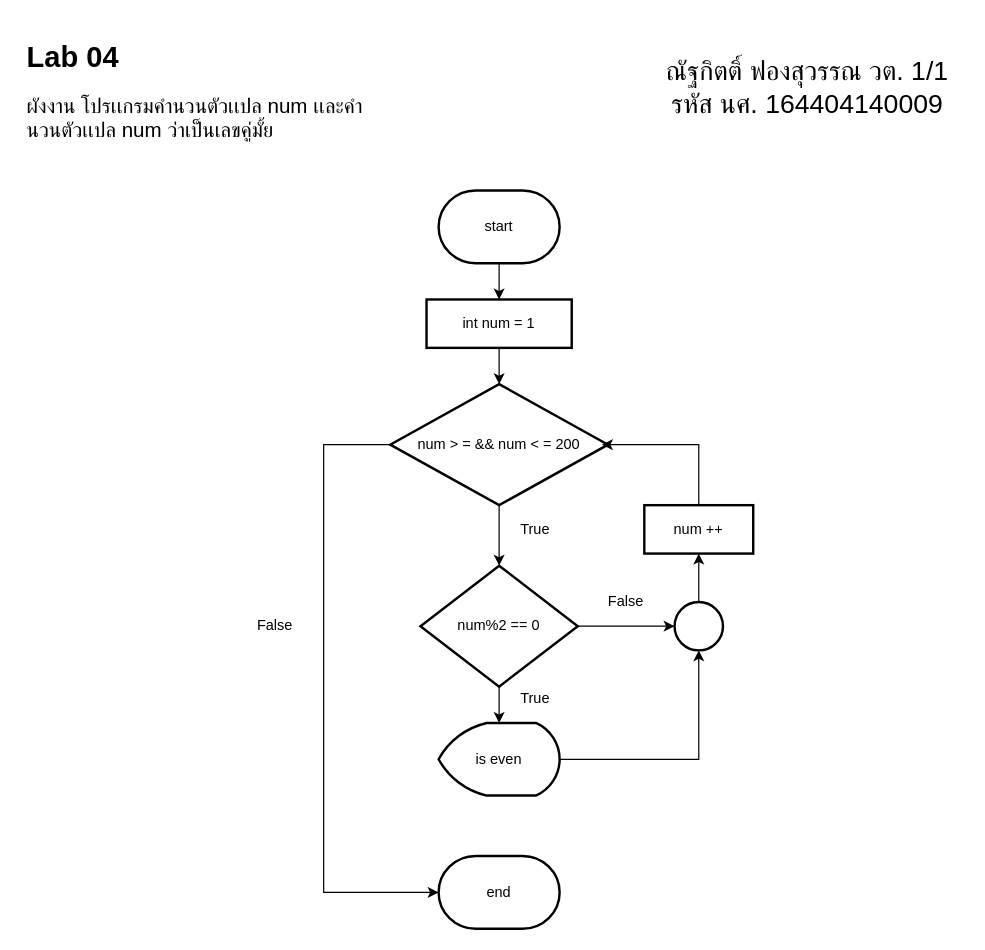
ENDERCAFe/Computer_Programming_Lab keeps this draw.io diagram as LAB04.drawio. Above is the earlier version. Source tidied: cells renumbered, new cells numbered last; positions are measured from the earlier drawing's top-left corner, leaving out a move shared by most shapes. Both pictures are drawn from the tidied source at 121%, with x=0, y=0 at pixel (21, 33).
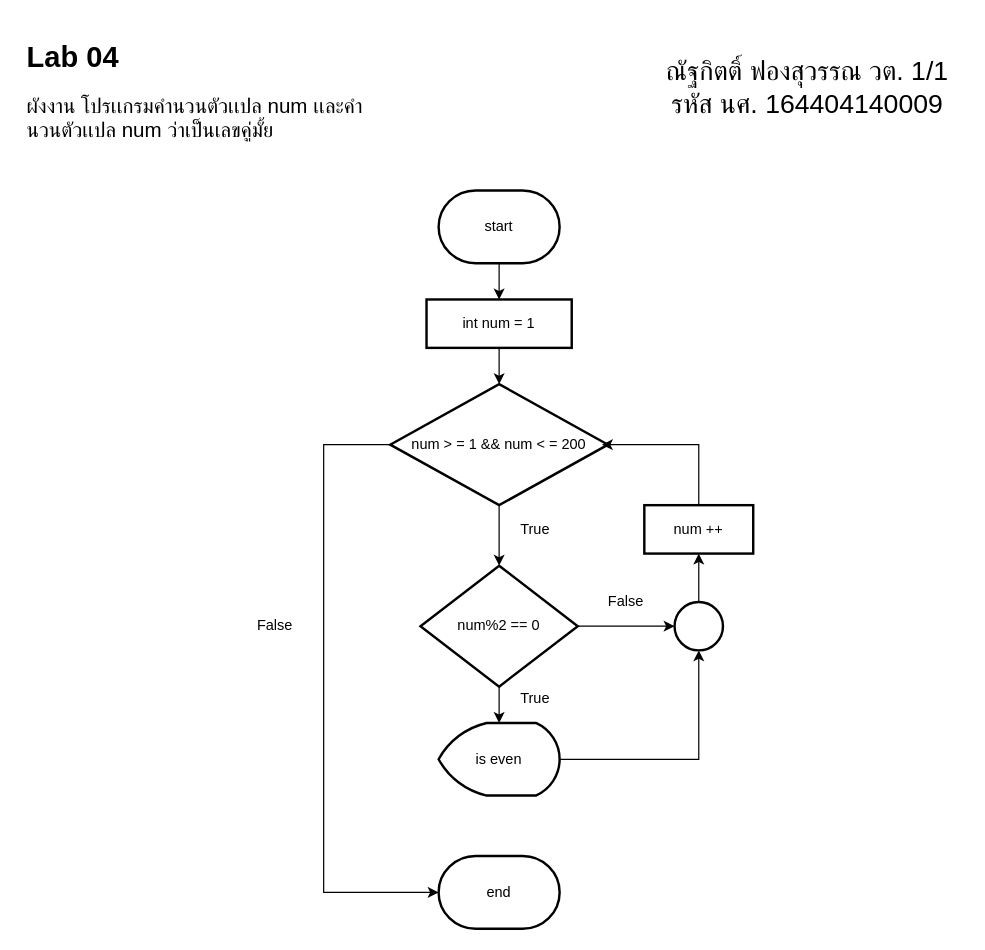
The same page after the edit.

Change to the diagram source:
```diff
@@
-    <mxCell id="10" value="num &amp;gt; = &amp;amp;&amp;amp; num &amp;lt; = 200" style="strokeWidth=2;html=1;shape=mxgraph.flowchart.decision;whiteSpace=wrap;" parent="1" vertex="1">
+    <mxCell id="10" value="num &amp;gt; = 1 &amp;amp;&amp;amp; num &amp;lt; = 200" style="strokeWidth=2;html=1;shape=mxgraph.flowchart.decision;whiteSpace=wrap;" parent="1" vertex="1">
       <mxGeometry x="305" y="290" width="180" height="100" as="geometry" />
     </mxCell>
```
